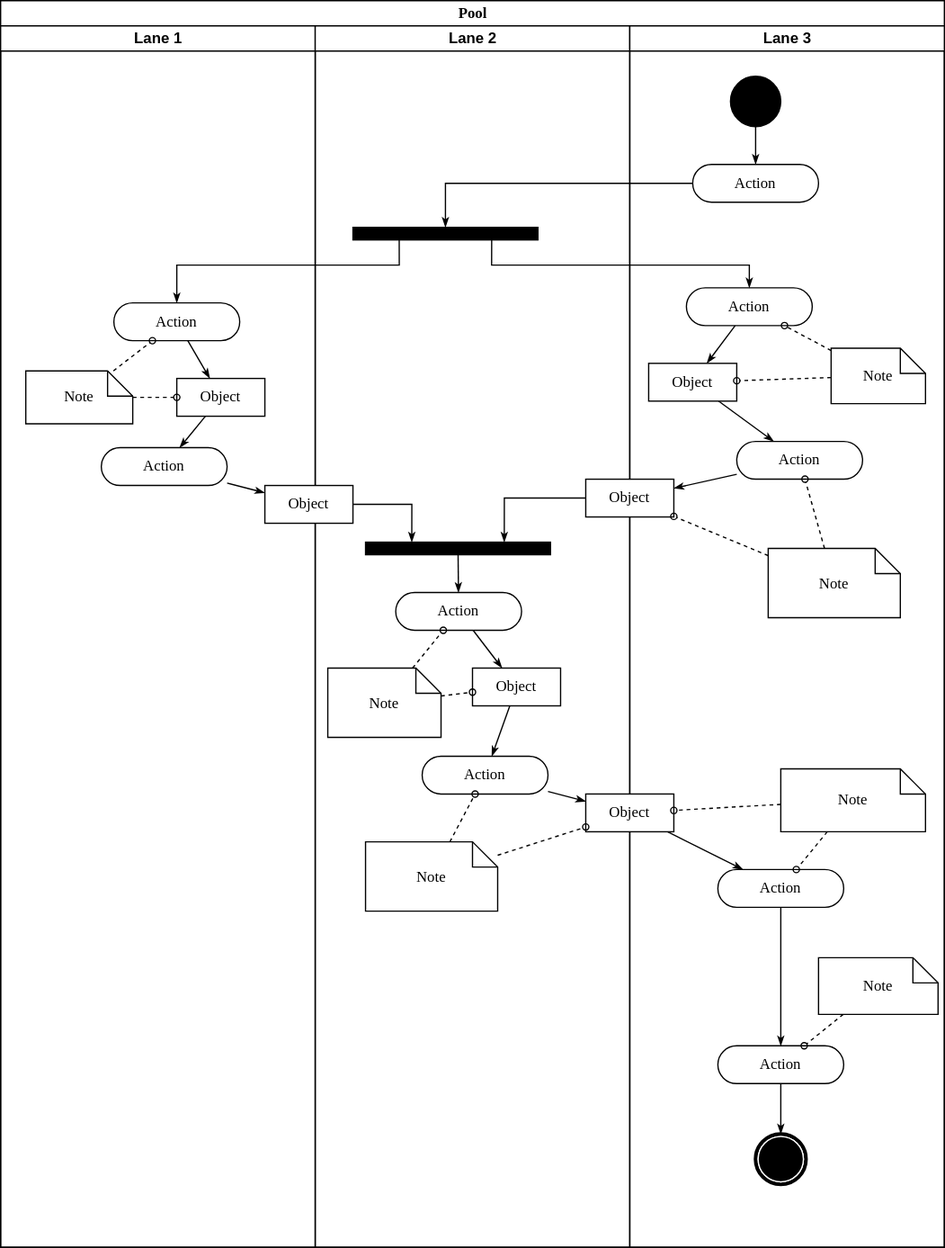
lsss1111/Diagram01 keeps this draw.io diagram as lss/Diagram010.svg. Above is the earlier version. Source tidied: cells renumbered, new cells last; positions are measured from the earlier drawing's top-left corner, leaving out a move shared by most shapes.
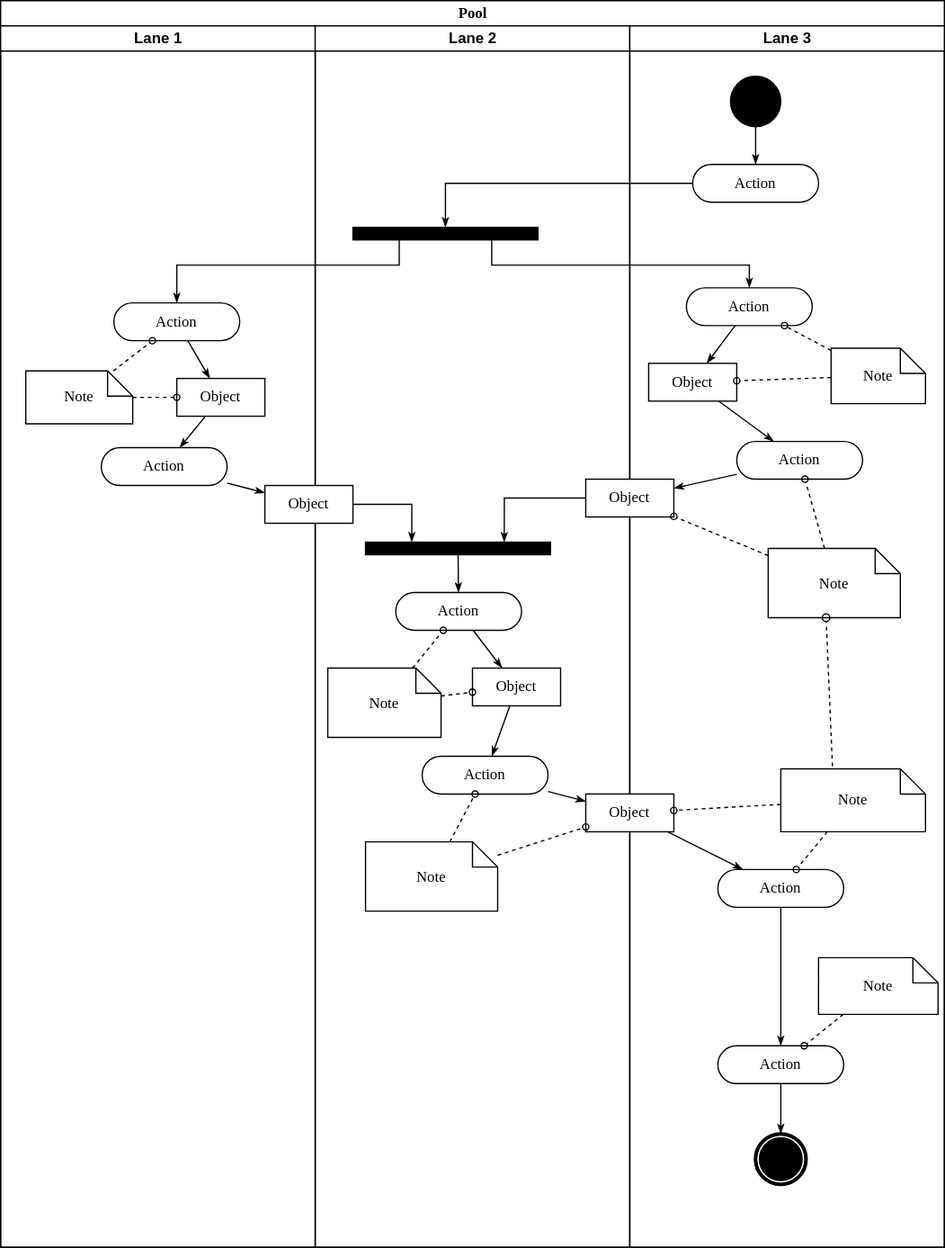
Later version of the same file.

Diff of the diagram source:
```diff
@@ -167,6 +167,9 @@
     <mxCell id="56" value="Note" style="shape=note;whiteSpace=wrap;html=1;rounded=0;shadow=0;comic=0;labelBackgroundColor=none;strokeWidth=1;fontFamily=Verdana;fontSize=12;align=center;size=20;" parent="28" vertex="1">
       <mxGeometry x="150" y="740" width="95" height="45" as="geometry" />
     </mxCell>
+    <mxCell id="64" style="endArrow=oval;html=1;strokeWidth=1;rounded=0;entryX=0.438;entryY=1;entryDx=0;entryDy=0;entryPerimeter=0;exitX=0.357;exitY=-0.04;exitDx=0;exitDy=0;exitPerimeter=0;dashed=1;endFill=0;" parent="28" edge="1" source="54" target="51">
+      <mxGeometry relative="1" as="geometry" />
+    </mxCell>
     <mxCell id="57" style="edgeStyle=orthogonalEdgeStyle;rounded=0;html=1;entryX=0.5;entryY=0;labelBackgroundColor=none;startArrow=none;startFill=0;startSize=5;endArrow=classicThin;endFill=1;endSize=5;jettySize=auto;strokeWidth=1;fontFamily=Verdana;fontSize=12;" parent="2" edge="1" source="31" target="13">
       <mxGeometry relative="1" as="geometry">
         <Array as="points">
```
